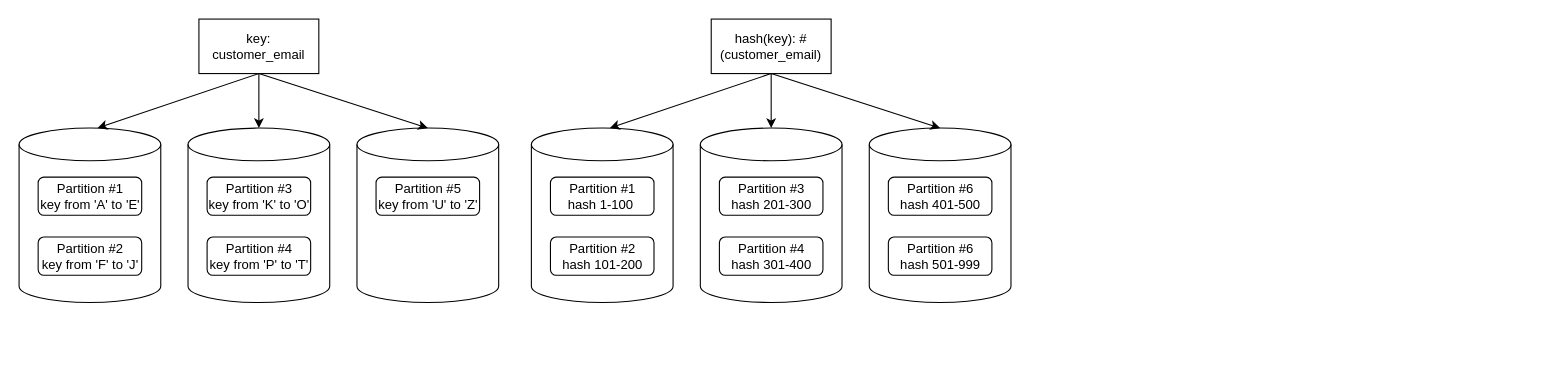
Before: Partitioning Diagram.drawio in jayanthkmr/architecture-diagrams, a draw.io diagram. Source tidied: cells renumbered, new cells numbered last; positions are measured from the earlier drawing's top-left corner, leaving out a move shared by most shapes. Both pictures are drawn from the tidied source at 109%, with x=0, y=0 at pixel (19, 19).
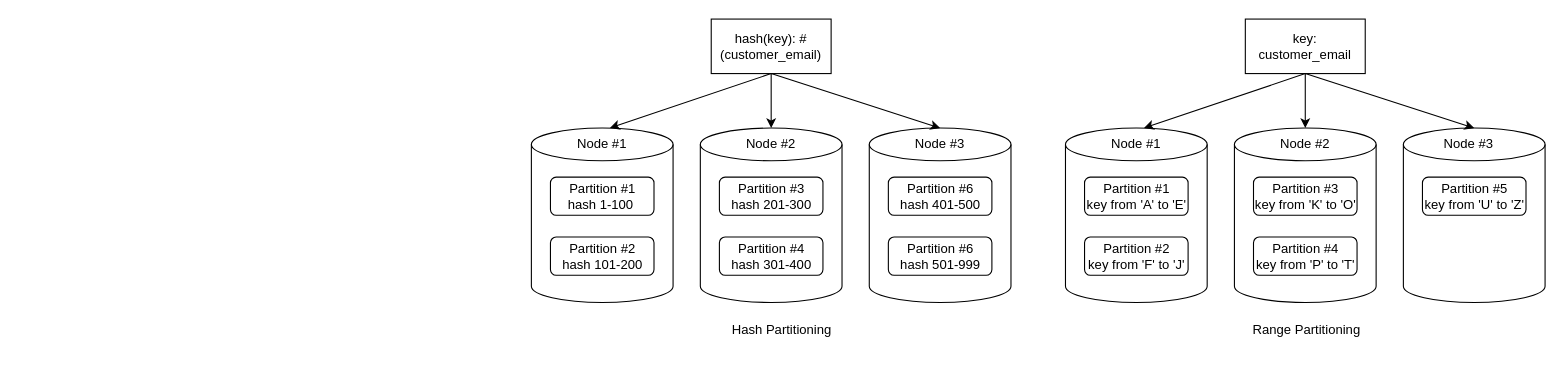
The same diagram, later.

Change to the diagram source:
```diff
@@
     <mxCell id="2" style="shape=cylinder3;whiteSpace=wrap;html=1;boundedLbl=1;backgroundOutline=1;size=15;" parent="1" vertex="1">
-      <mxGeometry y="100" width="130" height="160" as="geometry" />
+      <mxGeometry x="960" y="100" width="130" height="160" as="geometry" />
     </mxCell>
     <mxCell id="3" value="Partition #1&lt;br&gt;key from 'A' to 'E'" style="rounded=1;whiteSpace=wrap;html=1;" parent="1" vertex="1">
-      <mxGeometry x="17.5" y="145" width="95" height="35" as="geometry" />
+      <mxGeometry x="977.5" y="145" width="95" height="35" as="geometry" />
     </mxCell>
     <mxCell id="4" value="key: customer_email" style="rounded=0;whiteSpace=wrap;html=1;" parent="1" vertex="1">
-      <mxGeometry x="165" width="110" height="50" as="geometry" />
+      <mxGeometry x="1125" width="110" height="50" as="geometry" />
     </mxCell>
     <mxCell id="5" value="Partition #2&lt;br&gt;key from 'F' to 'J'" style="rounded=1;whiteSpace=wrap;html=1;" parent="1" vertex="1">
-      <mxGeometry x="17.5" y="200" width="95" height="35" as="geometry" />
+      <mxGeometry x="977.5" y="200" width="95" height="35" as="geometry" />
     </mxCell>
     <mxCell id="6" style="shape=cylinder3;whiteSpace=wrap;html=1;boundedLbl=1;backgroundOutline=1;size=15;" parent="1" vertex="1">
-      <mxGeometry x="155" y="100" width="130" height="160" as="geometry" />
+      <mxGeometry x="1115" y="100" width="130" height="160" as="geometry" />
     </mxCell>
     <mxCell id="7" value="Partition #3&lt;br&gt;key from 'K' to 'O'" style="rounded=1;whiteSpace=wrap;html=1;" parent="1" vertex="1">
-      <mxGeometry x="172.5" y="145" width="95" height="35" as="geometry" />
+      <mxGeometry x="1132.5" y="145" width="95" height="35" as="geometry" />
     </mxCell>
     <mxCell id="8" value="Partition #4&lt;br&gt;key from 'P' to 'T'" style="rounded=1;whiteSpace=wrap;html=1;" parent="1" vertex="1">
-      <mxGeometry x="172.5" y="200" width="95" height="35" as="geometry" />
+      <mxGeometry x="1132.5" y="200" width="95" height="35" as="geometry" />
     </mxCell>
     <mxCell id="9" style="shape=cylinder3;whiteSpace=wrap;html=1;boundedLbl=1;backgroundOutline=1;size=15;" parent="1" vertex="1">
-      <mxGeometry x="310" y="100" width="130" height="160" as="geometry" />
+      <mxGeometry x="1270" y="100" width="130" height="160" as="geometry" />
     </mxCell>
     <mxCell id="10" value="Partition #5&lt;br&gt;key from 'U' to 'Z'" style="rounded=1;whiteSpace=wrap;html=1;" parent="1" vertex="1">
-      <mxGeometry x="327.5" y="145" width="95" height="35" as="geometry" />
+      <mxGeometry x="1287.5" y="145" width="95" height="35" as="geometry" />
     </mxCell>
@@
+    <mxCell id="27" value="Node #1" style="text;html=1;strokeColor=none;fillColor=none;align=center;verticalAlign=middle;whiteSpace=wrap;rounded=0;" parent="1" vertex="1">
+      <mxGeometry x="995" y="100" width="60" height="30" as="geometry" />
+    </mxCell>
+    <mxCell id="28" value="Node #2" style="text;html=1;strokeColor=none;fillColor=none;align=center;verticalAlign=middle;whiteSpace=wrap;rounded=0;" parent="1" vertex="1">
+      <mxGeometry x="1150" y="100" width="60" height="30" as="geometry" />
+    </mxCell>
+    <mxCell id="29" value="Node #3" style="text;html=1;strokeColor=none;fillColor=none;align=center;verticalAlign=middle;whiteSpace=wrap;rounded=0;" parent="1" vertex="1">
+      <mxGeometry x="1300" y="100" width="60" height="30" as="geometry" />
+    </mxCell>
+    <mxCell id="30" value="Node #1" style="text;html=1;strokeColor=none;fillColor=none;align=center;verticalAlign=middle;whiteSpace=wrap;rounded=0;" parent="1" vertex="1">
+      <mxGeometry x="505" y="100" width="60" height="30" as="geometry" />
+    </mxCell>
+    <mxCell id="31" value="Node #2" style="text;html=1;strokeColor=none;fillColor=none;align=center;verticalAlign=middle;whiteSpace=wrap;rounded=0;" parent="1" vertex="1">
+      <mxGeometry x="660" y="100" width="60" height="30" as="geometry" />
+    </mxCell>
+    <mxCell id="32" value="Node #3" style="text;html=1;strokeColor=none;fillColor=none;align=center;verticalAlign=middle;whiteSpace=wrap;rounded=0;" parent="1" vertex="1">
+      <mxGeometry x="815" y="100" width="60" height="30" as="geometry" />
+    </mxCell>
+    <mxCell id="33" value="Hash Partitioning" style="text;html=1;strokeColor=none;fillColor=none;align=center;verticalAlign=middle;whiteSpace=wrap;rounded=0;" parent="1" vertex="1">
+      <mxGeometry x="650" y="270" width="100" height="30" as="geometry" />
+    </mxCell>
+    <mxCell id="34" value="Range Partitioning" style="text;html=1;strokeColor=none;fillColor=none;align=center;verticalAlign=middle;whiteSpace=wrap;rounded=0;" parent="1" vertex="1">
+      <mxGeometry x="1115" y="270" width="132.5" height="30" as="geometry" />
+    </mxCell>
```
